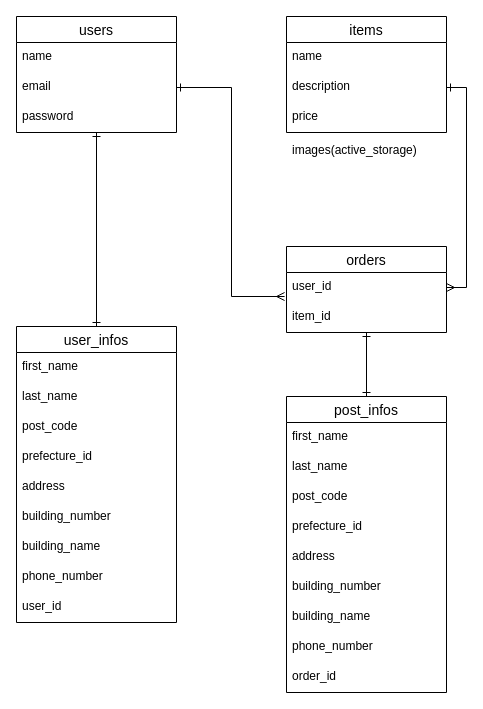
The draw.io diagram db.dio in hikaruuuuuu/okurumi-shop, before the edit. Source tidied: cells renumbered, new cells numbered last; positions are measured from the earlier drawing's top-left corner, leaving out a move shared by most shapes. Both pictures are drawn from the tidied source at 100%, with x=0, y=0 at pixel (16, 16).
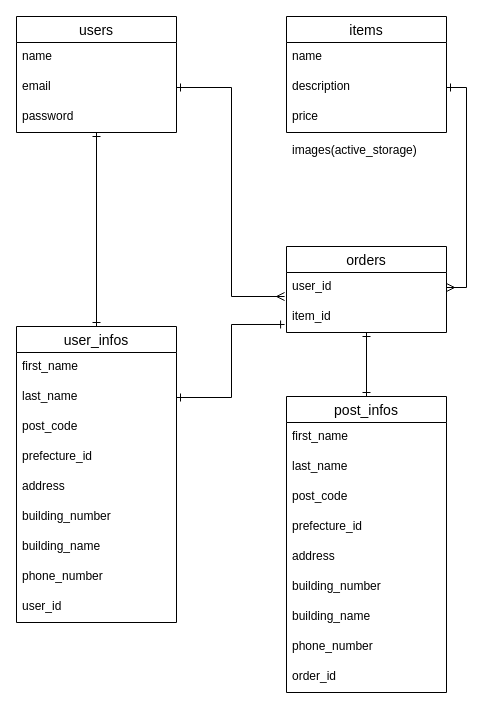
After the change.

Unchanged cells that the change refers to:
```xml
<mxCell id="5" value="last_name" style="text;strokeColor=none;fillColor=none;spacingLeft=4;spacingRight=4;overflow=hidden;points=[[0,0.5],[1,0.5]];portConstraint=eastwest;fontSize=12;" parent="3" vertex="1">
  <mxGeometry y="56" width="160" height="30" as="geometry" />
</mxCell>
<mxCell id="20" value="item_id" style="text;strokeColor=none;fillColor=none;spacingLeft=4;spacingRight=4;overflow=hidden;points=[[0,0.5],[1,0.5]];portConstraint=eastwest;fontSize=12;" parent="18" vertex="1">
  <mxGeometry y="56" width="160" height="30" as="geometry" />
</mxCell>
```

What changed in the source:
```diff
@@
+    <mxCell id="38" style="edgeStyle=orthogonalEdgeStyle;rounded=0;jettySize=auto;html=1;exitX=1;exitY=0.5;exitDx=0;exitDy=0;entryX=-0.012;entryY=0.733;entryDx=0;entryDy=0;entryPerimeter=0;endArrow=ERone;endFill=0;startArrow=ERone;startFill=0;" parent="1" edge="1" source="5" target="20">
+      <mxGeometry relative="1" as="geometry" />
+    </mxCell>
```
